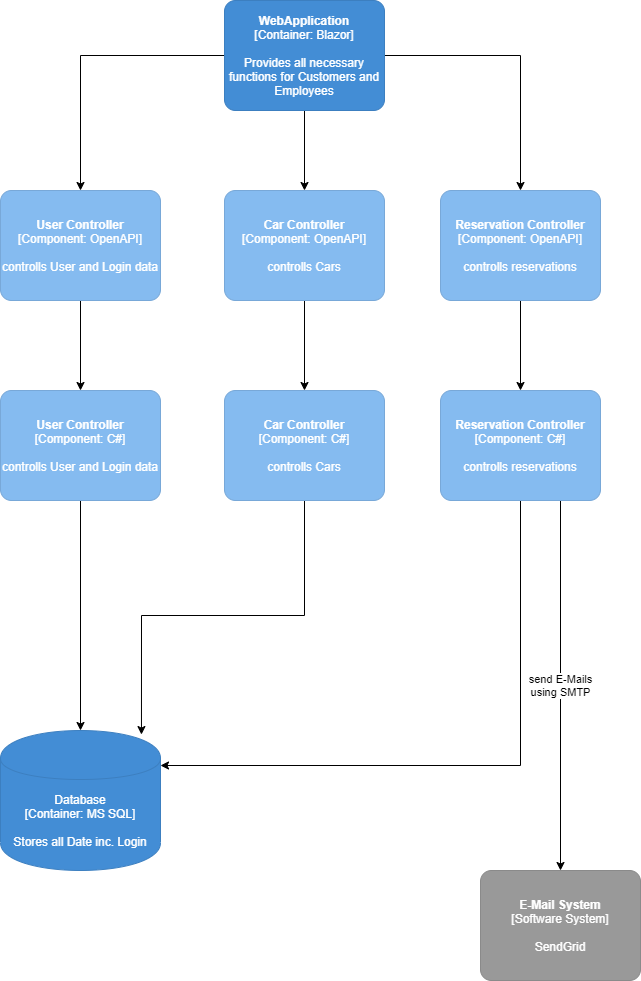
This is drawio/C4_Component.drawio.png from marcoebneter/zbw_CarRent, a draw.io export, as it was before one commit. Source tidied: cells renumbered, new cells last; positions are measured from the earlier drawing's top-left corner, leaving out a move shared by most shapes.
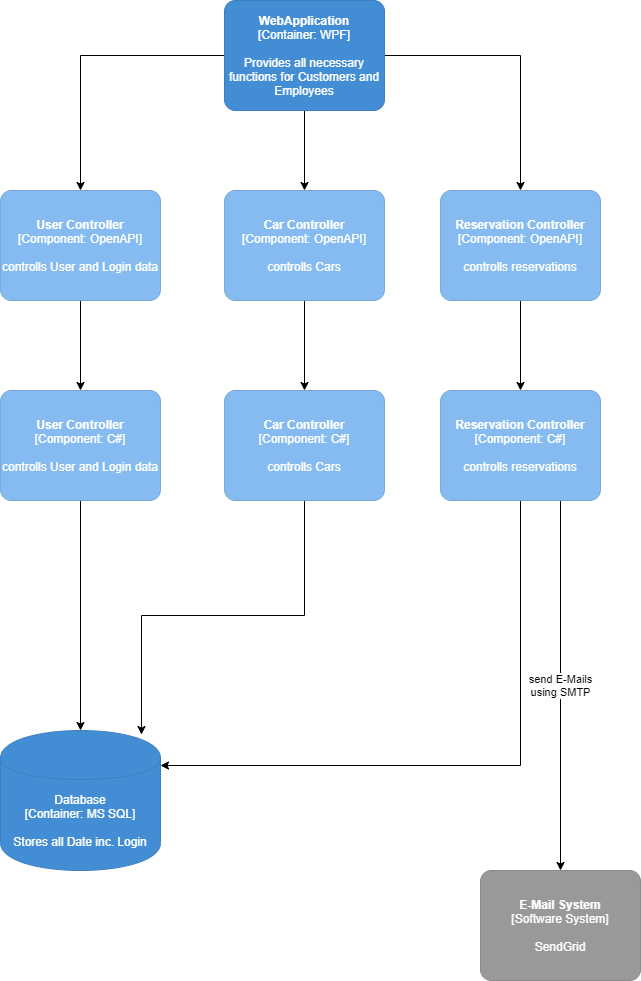
Above is the later version.

Change to the diagram source:
```diff
@@ -11,7 +11,7 @@
     <mxCell id="4" style="edgeStyle=orthogonalEdgeStyle;rounded=0;jettySize=auto;html=1;exitX=1;exitY=0.5;exitDx=0;exitDy=0;exitPerimeter=0;entryX=0.5;entryY=0;entryDx=0;entryDy=0;entryPerimeter=0;" parent="1" edge="1" source="5" target="16">
       <mxGeometry relative="1" as="geometry" />
     </mxCell>
-    <object id="5" label="&lt;b&gt;%c4Name%&lt;/b&gt;&lt;div&gt;[%c4Type%: %c4Technology%]&lt;/div&gt;&lt;br&gt;&lt;div&gt;%c4Description%&lt;/div&gt;" c4Description="Provides all necessary functions for Customers and Employees" c4Name="WebApplication" c4Technology="Blazor" c4Type="Container" placeholders="1">
+    <object id="5" label="&lt;b&gt;%c4Name%&lt;/b&gt;&lt;div&gt;[%c4Type%: %c4Technology%]&lt;/div&gt;&lt;br&gt;&lt;div&gt;%c4Description%&lt;/div&gt;" c4Description="Provides all necessary functions for Customers and Employees" c4Name="WebApplication" c4Technology="WPF" c4Type="Container" placeholders="1">
       <mxCell style="rounded=1;whiteSpace=wrap;html=1;labelBackgroundColor=none;fillColor=#438DD5;fontColor=#ffffff;align=center;arcSize=10;strokeColor=#3C7FC0;metaData={&quot;c4Type&quot;:{&quot;editable&quot;:false}};points=[[0.25,0,0],[0.5,0,0],[0.75,0,0],[1,0.25,0],[1,0.5,0],[1,0.75,0],[0.75,1,0],[0.5,1,0],[0.25,1,0],[0,0.75,0],[0,0.5,0],[0,0.25,0]];" parent="1" vertex="1">
         <mxGeometry x="224" width="160" height="110" as="geometry" />
       </mxCell>
```
